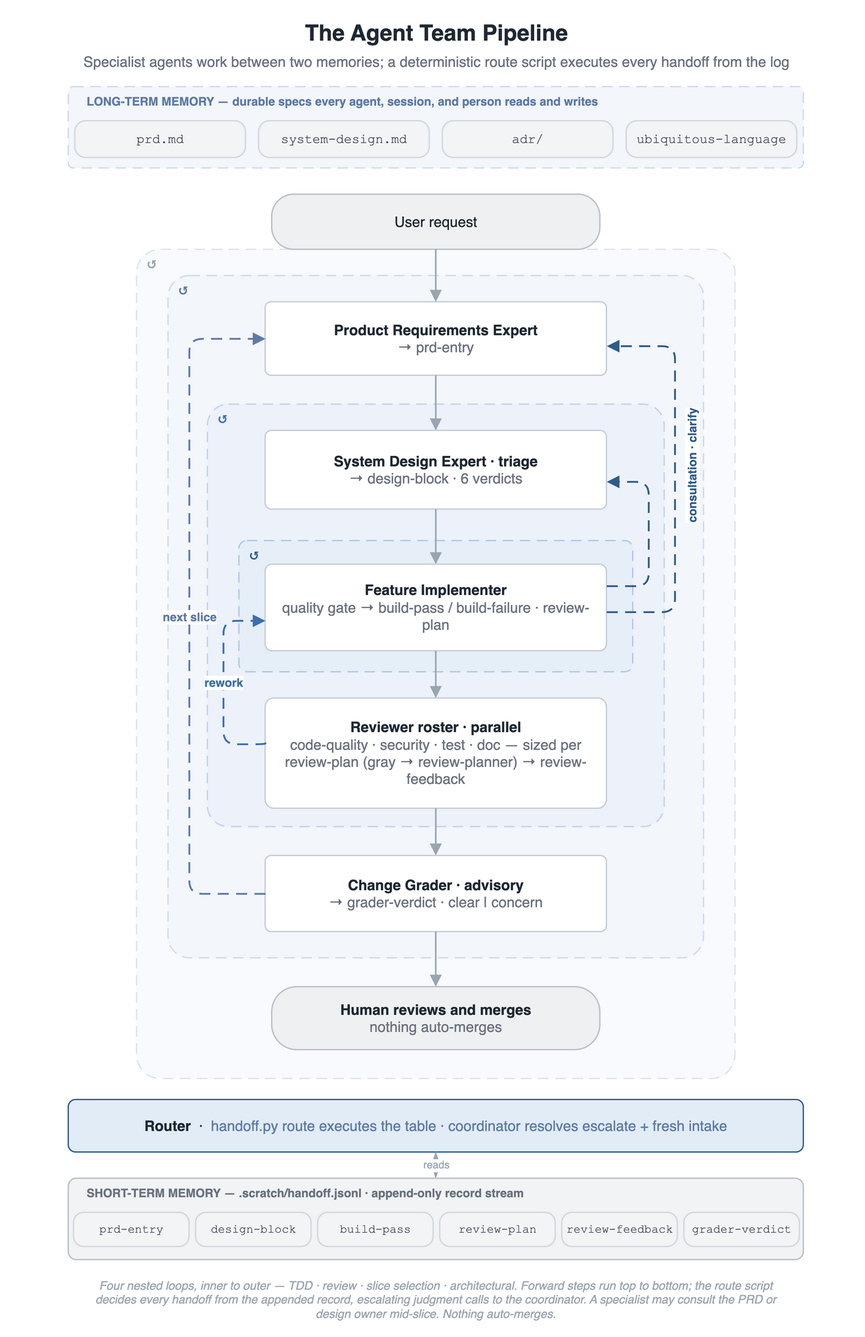
Above: docs/images/pipeline-flow.drawio.png in woditschka/agentic-coding-reference (draw.io), before the change. Source tidied: cells renumbered, new cells last; positions are measured from the earlier drawing's top-left corner, leaving out a move shared by most shapes.
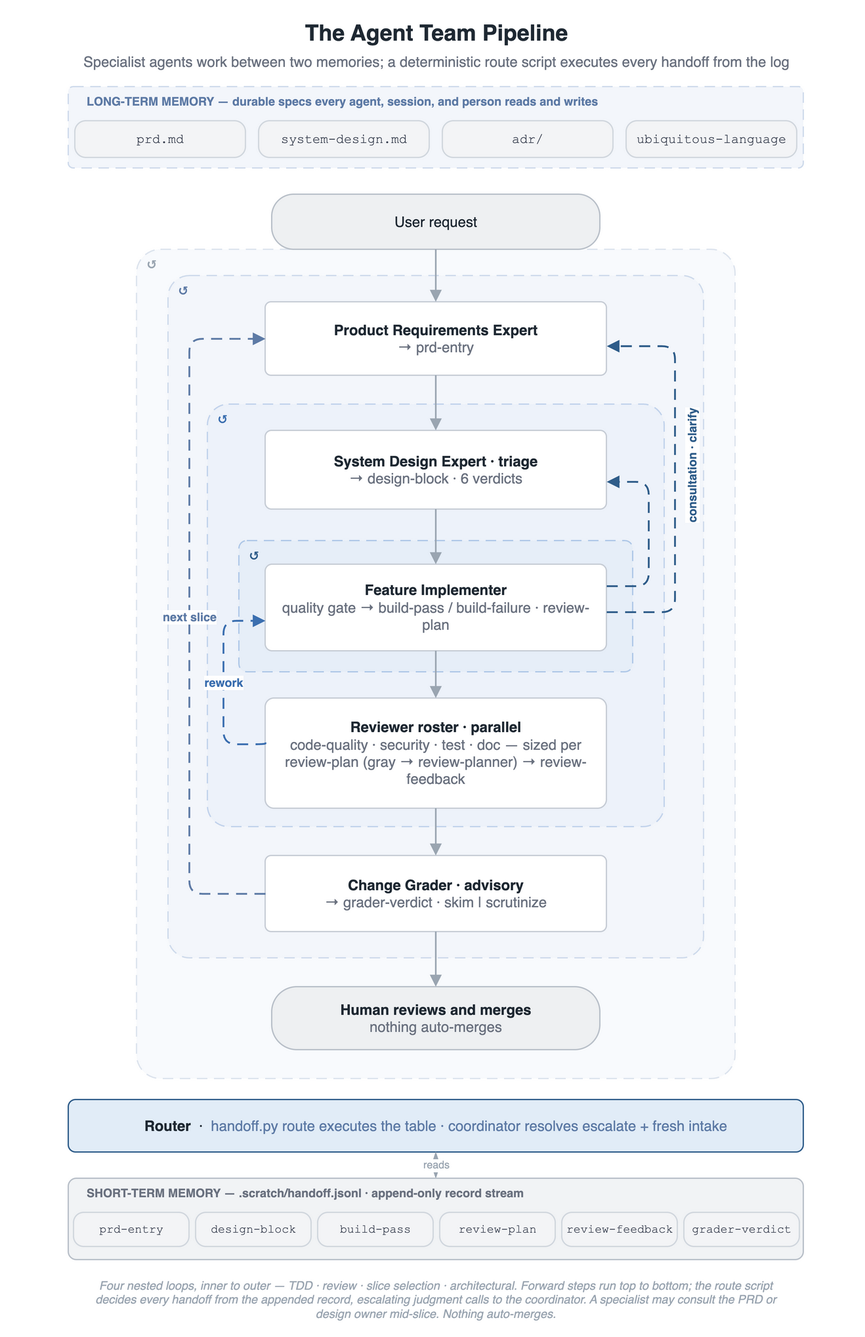
Above is the later version.

Diff of the diagram source:
```diff
@@ -62,7 +62,7 @@
     <mxCell id="21" value="&lt;b&gt;Reviewer roster · parallel&lt;/b&gt;&lt;br&gt;&lt;font color=&quot;#6B7280&quot;&gt;code-quality · security · test · doc — sized per review-plan (gray → review-planner) → review-feedback&lt;/font&gt;" style="rounded=1;arcSize=8;whiteSpace=wrap;html=1;fillColor=#FFFFFF;strokeColor=#C7CDD6;fontSize=11;fontColor=#1F2933;verticalAlign=middle;spacingLeft=8;spacingRight=8;" parent="1" vertex="1">
       <mxGeometry x="190" y="520" width="260" height="84" as="geometry" />
     </mxCell>
-    <mxCell id="22" value="&lt;b&gt;Change Grader · advisory&lt;/b&gt;&lt;br&gt;&lt;font color=&quot;#6B7280&quot;&gt;→ grader-verdict · clear | concern&lt;/font&gt;" style="rounded=1;arcSize=8;whiteSpace=wrap;html=1;fillColor=#FFFFFF;strokeColor=#C7CDD6;fontSize=11;fontColor=#1F2933;verticalAlign=middle;spacingLeft=8;spacingRight=8;" parent="1" vertex="1">
+    <mxCell id="22" value="&lt;b&gt;Change Grader · advisory&lt;/b&gt;&lt;br&gt;&lt;font color=&quot;#6B7280&quot;&gt;→ grader-verdict · skim | scrutinize&lt;/font&gt;" style="rounded=1;arcSize=8;whiteSpace=wrap;html=1;fillColor=#FFFFFF;strokeColor=#C7CDD6;fontSize=11;fontColor=#1F2933;verticalAlign=middle;spacingLeft=8;spacingRight=8;" parent="1" vertex="1">
       <mxGeometry x="190" y="640" width="260" height="58" as="geometry" />
     </mxCell>
     <mxCell id="23" value="&lt;b&gt;Human reviews and merges&lt;/b&gt;&lt;br&gt;&lt;font color=&quot;#6B7280&quot;&gt;nothing auto-merges&lt;/font&gt;" style="rounded=1;arcSize=40;whiteSpace=wrap;html=1;fillColor=#EEF0F2;strokeColor=#B9C0C9;fontSize=11;fontColor=#1F2933;verticalAlign=middle;spacingLeft=8;spacingRight=8;" parent="1" vertex="1">
```
